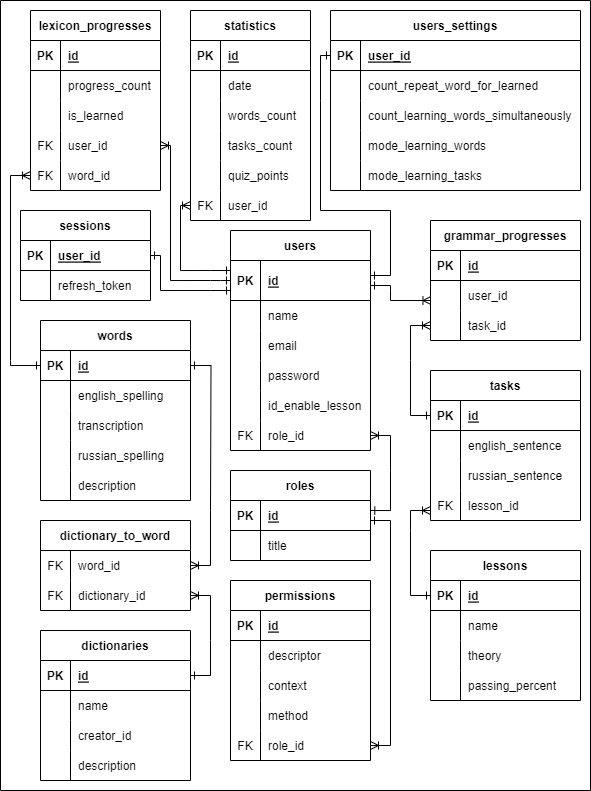
Earlier version of the draw.io export Docs/Диаграмма БД.png (Vasewa2k02/English-web-app-Yuzik-). Source tidied: cells renumbered, new cells last; positions are measured from the earlier drawing's top-left corner, leaving out a move shared by most shapes.
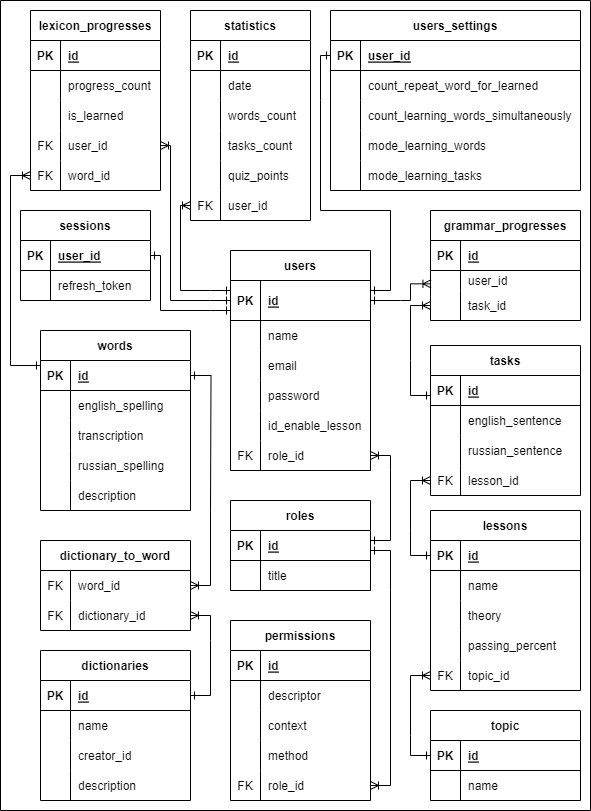
After the change.

Change to the diagram source:
```diff
@@ -3,10 +3,10 @@
     <mxCell id="0" />
     <mxCell id="1" parent="0" />
     <mxCell id="2" style="swimlane;startSize=0;" parent="1" vertex="1">
-      <mxGeometry x="40" width="590" height="790" as="geometry" />
+      <mxGeometry x="40" width="590" height="810" as="geometry" />
     </mxCell>
     <mxCell id="3" value="users" style="shape=table;startSize=30;rowLines=0;fontStyle=1;align=center;" parent="2" vertex="1">
-      <mxGeometry x="230" y="230" width="140" height="220" as="geometry" />
+      <mxGeometry x="230" y="250" width="140" height="220" as="geometry" />
     </mxCell>
     <mxCell id="4" style="shape=partialRectangle;fillColor=none;points=[[0,0.5],[1,0.5]];portConstraint=eastwest;top=0;left=0;right=0;bottom=1;" parent="3" vertex="1">
       <mxGeometry y="30" width="140" height="40" as="geometry" />
@@ -157,9 +157,9 @@
     </mxCell>
     <mxCell id="43" style="edgeStyle=elbowEdgeStyle;fontSize=12;html=1;endArrow=ERoneToMany;rounded=0;entryX=0.003;entryY=0.667;entryDx=0;entryDy=0;entryPerimeter=0;" parent="2" edge="1" target="130">
       <mxGeometry relative="1" as="geometry">
-        <mxPoint x="390" y="290" as="sourcePoint" />
+        <mxPoint x="400" y="300" as="sourcePoint" />
         <Array as="points">
-          <mxPoint x="390" y="250" />
+          <mxPoint x="410" y="293" />
           <mxPoint x="390" y="250" />
           <mxPoint x="390" y="260" />
           <mxPoint x="390" y="225" />
@@ -168,27 +168,29 @@
     </mxCell>
     <mxCell id="44" style="edgeStyle=orthogonalEdgeStyle;fontSize=12;html=1;endArrow=ERoneToMany;rounded=0;entryX=1;entryY=0.5;entryDx=0;entryDy=0;" parent="2" edge="1" target="83">
       <mxGeometry relative="1" as="geometry">
-        <mxPoint x="210" y="280" as="sourcePoint" />
+        <mxPoint x="210" y="300" as="sourcePoint" />
         <Array as="points">
-          <mxPoint x="170" y="280" />
+          <mxPoint x="210" y="300" />
+          <mxPoint x="170" y="300" />
           <mxPoint x="170" y="145" />
         </Array>
       </mxGeometry>
     </mxCell>
     <mxCell id="45" style="edgeStyle=orthogonalEdgeStyle;fontSize=12;html=1;endArrow=ERoneToMany;rounded=0;entryX=0;entryY=0.5;entryDx=0;entryDy=0;" parent="2" edge="1" target="187">
       <mxGeometry relative="1" as="geometry">
-        <mxPoint x="210" y="270" as="sourcePoint" />
+        <mxPoint x="210" y="290" as="sourcePoint" />
         <Array as="points">
-          <mxPoint x="180" y="270" />
+          <mxPoint x="210" y="290" />
+          <mxPoint x="180" y="290" />
           <mxPoint x="180" y="205" />
         </Array>
       </mxGeometry>
     </mxCell>
-    <mxCell id="46" style="edgeStyle=orthogonalEdgeStyle;fontSize=12;html=1;endArrow=ERone;endFill=1;rounded=0;entryX=0;entryY=0.5;entryDx=0;entryDy=0;" parent="2" edge="1" target="137">
+    <mxCell id="46" style="edgeStyle=orthogonalEdgeStyle;fontSize=12;html=1;endArrow=ERone;endFill=1;rounded=0;" parent="2" edge="1" target="137">
       <mxGeometry relative="1" as="geometry">
         <mxPoint x="410" y="360" as="sourcePoint" />
         <Array as="points">
-          <mxPoint x="410" y="415" />
+          <mxPoint x="410" y="395" />
         </Array>
       </mxGeometry>
     </mxCell>
@@ -201,11 +203,11 @@
         </Array>
       </mxGeometry>
     </mxCell>
-    <mxCell id="48" style="edgeStyle=orthogonalEdgeStyle;fontSize=12;html=1;endArrow=ERone;endFill=1;rounded=0;" parent="2" edge="1" target="113">
+    <mxCell id="48" style="edgeStyle=orthogonalEdgeStyle;fontSize=12;html=1;endArrow=ERone;endFill=1;rounded=0;entryX=1;entryY=0.5;entryDx=0;entryDy=0;" parent="2" edge="1" target="113">
       <mxGeometry relative="1" as="geometry">
         <mxPoint x="210" y="640" as="sourcePoint" />
         <Array as="points">
-          <mxPoint x="210" y="675" />
+          <mxPoint x="210" y="695" />
         </Array>
       </mxGeometry>
     </mxCell>
@@ -215,7 +217,7 @@
       </mxGeometry>
     </mxCell>
     <mxCell id="50" value="roles" style="shape=table;startSize=30;rowLines=0;fontStyle=1;align=center;" parent="2" vertex="1">
-      <mxGeometry x="230" y="470" width="140" height="90" as="geometry" />
+      <mxGeometry x="230" y="500" width="140" height="90" as="geometry" />
     </mxCell>
     <mxCell id="51" style="shape=partialRectangle;fillColor=none;points=[[0,0.5],[1,0.5]];portConstraint=eastwest;top=0;left=0;right=0;bottom=1;" parent="50" vertex="1">
       <mxGeometry y="30" width="140" height="30" as="geometry" />
@@ -236,7 +238,7 @@
       <mxGeometry x="30" width="110" height="30" as="geometry" />
     </mxCell>
     <mxCell id="57" value="permissions" style="shape=table;startSize=30;rowLines=0;fontStyle=1;align=center;" parent="2" vertex="1">
-      <mxGeometry x="230" y="580" width="140" height="180" as="geometry" />
+      <mxGeometry x="230" y="620" width="140" height="180" as="geometry" />
     </mxCell>
     <mxCell id="58" style="shape=partialRectangle;fillColor=none;top=0;left=0;right=0;bottom=1;" parent="57" vertex="1">
       <mxGeometry y="30" width="140" height="30" as="geometry" />
@@ -332,7 +334,7 @@
       <mxGeometry x="30" width="100" height="30" as="geometry" />
     </mxCell>
     <mxCell id="89" value="words" style="shape=table;startSize=30;rowLines=0;fontStyle=1;align=center;" parent="2" vertex="1">
-      <mxGeometry x="40" y="320" width="150" height="180" as="geometry" />
+      <mxGeometry x="40" y="330" width="150" height="180" as="geometry" />
     </mxCell>
     <mxCell id="90" style="shape=partialRectangle;fillColor=none;points=[[0,0.5],[1,0.5]];portConstraint=eastwest;top=0;left=0;right=0;bottom=1;" parent="89" vertex="1">
       <mxGeometry y="30" width="150" height="30" as="geometry" />
@@ -380,7 +382,7 @@
       <mxGeometry x="30" width="120" height="30" as="geometry" />
     </mxCell>
     <mxCell id="105" value="dictionary_to_word" style="shape=table;startSize=30;rowLines=0;fontStyle=1;align=center;" parent="2" vertex="1">
-      <mxGeometry x="40" y="520" width="150" height="90" as="geometry" />
+      <mxGeometry x="40" y="540" width="150" height="90" as="geometry" />
     </mxCell>
     <mxCell id="106" style="shape=partialRectangle;fillColor=none;points=[[0,0.5],[1,0.5]];portConstraint=eastwest;top=0;left=0;right=0;bottom=0;" parent="105" vertex="1">
       <mxGeometry y="30" width="150" height="30" as="geometry" />
@@ -401,7 +403,7 @@
       <mxGeometry x="30" width="120" height="30" as="geometry" />
     </mxCell>
     <mxCell id="112" value="dictionaries" style="shape=table;startSize=30;rowLines=0;fontStyle=1;align=center;" parent="2" vertex="1">
-      <mxGeometry x="40" y="630" width="150" height="150" as="geometry" />
+      <mxGeometry x="40" y="650" width="150" height="150" as="geometry" />
     </mxCell>
     <mxCell id="113" style="shape=partialRectangle;fillColor=none;points=[[0,0.5],[1,0.5]];portConstraint=eastwest;top=0;left=0;right=0;bottom=1;" parent="112" vertex="1">
       <mxGeometry y="30" width="150" height="30" as="geometry" />
@@ -449,7 +451,7 @@
       </mxGeometry>
     </mxCell>
     <mxCell id="126" value="grammar_progresses" style="shape=table;startSize=30;rowLines=0;fontStyle=1;align=center;" parent="2" vertex="1">
-      <mxGeometry x="430" y="220" width="150" height="120" as="geometry" />
+      <mxGeometry x="430" y="210" width="150" height="110" as="geometry" />
     </mxCell>
     <mxCell id="127" style="shape=partialRectangle;fillColor=none;top=0;left=0;right=0;bottom=1;" parent="126" vertex="1">
       <mxGeometry y="30" width="150" height="30" as="geometry" />
@@ -461,16 +463,16 @@
       <mxGeometry x="30" width="120" height="30" as="geometry" />
     </mxCell>
     <mxCell id="130" style="shape=partialRectangle;fillColor=none;points=[[0,0.5],[1,0.5]];portConstraint=eastwest;top=0;left=0;right=0;bottom=0;" parent="126" vertex="1">
-      <mxGeometry y="60" width="150" height="30" as="geometry" />
+      <mxGeometry y="60" width="150" height="20" as="geometry" />
     </mxCell>
     <mxCell id="131" style="shape=partialRectangle;overflow=hidden;fillColor=none;top=0;left=0;bottom=0;right=0;" parent="130" vertex="1">
-      <mxGeometry width="30" height="30" as="geometry" />
+      <mxGeometry width="30" height="20" as="geometry" />
     </mxCell>
     <mxCell id="132" value="user_id" style="shape=partialRectangle;overflow=hidden;fillColor=none;top=0;left=0;bottom=0;right=0;align=left;spacingLeft=6;" parent="130" vertex="1">
-      <mxGeometry x="30" width="120" height="30" as="geometry" />
+      <mxGeometry x="30" width="120" height="20" as="geometry" />
     </mxCell>
     <mxCell id="133" style="shape=partialRectangle;fillColor=none;points=[[0,0.5],[1,0.5]];portConstraint=eastwest;top=0;left=0;right=0;bottom=0;" parent="126" vertex="1">
-      <mxGeometry y="90" width="150" height="30" as="geometry" />
+      <mxGeometry y="80" width="150" height="30" as="geometry" />
     </mxCell>
     <mxCell id="134" style="shape=partialRectangle;overflow=hidden;fillColor=none;top=0;left=0;bottom=0;right=0;" parent="133" vertex="1">
       <mxGeometry width="30" height="30" as="geometry" />
@@ -479,7 +481,7 @@
       <mxGeometry x="30" width="120" height="30" as="geometry" />
     </mxCell>
     <mxCell id="136" value="tasks" style="shape=table;startSize=30;rowLines=0;fontStyle=1;align=center;" parent="2" vertex="1">
-      <mxGeometry x="430" y="370" width="150" height="150" as="geometry" />
+      <mxGeometry x="430" y="345" width="150" height="150" as="geometry" />
     </mxCell>
     <mxCell id="137" style="shape=partialRectangle;fillColor=none;points=[[0,0.5],[1,0.5]];portConstraint=eastwest;top=0;left=0;right=0;bottom=1;" parent="136" vertex="1">
       <mxGeometry y="30" width="150" height="30" as="geometry" />
@@ -518,7 +520,7 @@
       <mxGeometry x="30" width="120" height="30" as="geometry" />
     </mxCell>
     <mxCell id="149" value="lessons" style="shape=table;startSize=30;rowLines=0;fontStyle=1;align=center;" parent="2" vertex="1">
-      <mxGeometry x="430" y="550" width="150" height="150" as="geometry" />
+      <mxGeometry x="430" y="510" width="150" height="180" as="geometry" />
     </mxCell>
     <mxCell id="150" style="shape=partialRectangle;fillColor=none;points=[[0,0.5],[1,0.5]];portConstraint=eastwest;top=0;left=0;right=0;bottom=1;" parent="149" vertex="1">
       <mxGeometry y="30" width="150" height="30" as="geometry" />
@@ -556,11 +558,21 @@
     <mxCell id="161" value="passing_percent" style="shape=partialRectangle;overflow=hidden;fillColor=none;top=0;left=0;bottom=0;right=0;align=left;spacingLeft=6;" parent="159" vertex="1">
       <mxGeometry x="30" width="120" height="30" as="geometry" />
     </mxCell>
+    <mxCell id="199" style="shape=partialRectangle;fillColor=none;points=[[0,0.5],[1,0.5]];portConstraint=eastwest;top=0;left=0;right=0;bottom=0;" parent="149" vertex="1">
+      <mxGeometry y="150" width="150" height="30" as="geometry" />
+    </mxCell>
+    <mxCell id="200" style="shape=partialRectangle;overflow=hidden;fillColor=none;top=0;left=0;bottom=0;right=0;" parent="199" vertex="1">
+      <mxGeometry width="30" height="30" as="geometry" />
+    </mxCell>
+    <mxCell id="201" value="topic_id" style="shape=partialRectangle;overflow=hidden;fillColor=none;top=0;left=0;bottom=0;right=0;align=left;spacingLeft=6;" parent="199" vertex="1">
+      <mxGeometry x="30" width="120" height="30" as="geometry" />
+    </mxCell>
-    <mxCell id="162" style="edgeStyle=orthogonalEdgeStyle;fontSize=12;html=1;endArrow=ERone;endFill=1;rounded=0;" parent="2" edge="1" target="51">
+    <mxCell id="162" style="edgeStyle=orthogonalEdgeStyle;fontSize=12;html=1;endArrow=ERone;endFill=1;rounded=0;" parent="2" edge="1">
       <mxGeometry relative="1" as="geometry">
-        <mxPoint x="390" y="520" as="sourcePoint" />
+        <mxPoint x="390" y="590" as="sourcePoint" />
+        <mxPoint x="370" y="550" as="targetPoint" />
         <Array as="points">
-          <mxPoint x="390" y="520" />
+          <mxPoint x="390" y="550" />
         </Array>
       </mxGeometry>
     </mxCell>
@@ -587,7 +599,7 @@
     </mxCell>
     <mxCell id="170" style="edgeStyle=elbowEdgeStyle;fontSize=12;html=1;endArrow=ERoneToMany;rounded=0;" parent="2" edge="1" target="70">
       <mxGeometry relative="1" as="geometry">
-        <mxPoint x="390" y="520" as="sourcePoint" />
+        <mxPoint x="390" y="590" as="sourcePoint" />
         <Array as="points">
           <mxPoint x="390" y="680" />
           <mxPoint x="140" y="710" />
@@ -653,9 +665,10 @@
     </mxCell>
     <mxCell id="190" style="edgeStyle=orthogonalEdgeStyle;fontSize=12;html=1;endArrow=ERone;endFill=1;rounded=0;" parent="2" edge="1" target="4">
       <mxGeometry relative="1" as="geometry">
-        <mxPoint x="210" y="290" as="sourcePoint" />
+        <mxPoint x="210" y="310" as="sourcePoint" />
         <Array as="points">
-          <mxPoint x="210" y="290" />
+          <mxPoint x="230" y="310" />
+          <mxPoint x="230" y="310" />
         </Array>
       </mxGeometry>
     </mxCell>
@@ -667,13 +680,14 @@
         </Array>
       </mxGeometry>
     </mxCell>
-    <mxCell id="192" style="edgeStyle=orthogonalEdgeStyle;fontSize=12;html=1;endArrow=ERone;endFill=1;rounded=0;" parent="2" edge="1" target="4">
+    <mxCell id="192" style="edgeStyle=orthogonalEdgeStyle;fontSize=12;html=1;endArrow=ERone;endFill=1;rounded=0;" parent="2" edge="1">
       <mxGeometry relative="1" as="geometry">
         <mxPoint x="320" y="100" as="sourcePoint" />
+        <mxPoint x="370" y="290" as="targetPoint" />
         <Array as="points">
           <mxPoint x="320" y="210" />
           <mxPoint x="390" y="210" />
-          <mxPoint x="390" y="275" />
+          <mxPoint x="390" y="290" />
         </Array>
       </mxGeometry>
     </mxCell>
@@ -687,48 +701,87 @@
     </mxCell>
     <mxCell id="194" style="edgeStyle=orthogonalEdgeStyle;fontSize=12;html=1;endArrow=ERone;endFill=1;rounded=0;" parent="2" edge="1" target="164">
       <mxGeometry relative="1" as="geometry">
-        <mxPoint x="210" y="290" as="sourcePoint" />
+        <mxPoint x="210" y="310" as="sourcePoint" />
         <Array as="points">
-          <mxPoint x="160" y="290" />
+          <mxPoint x="210" y="310" />
+          <mxPoint x="160" y="310" />
           <mxPoint x="160" y="255" />
         </Array>
       </mxGeometry>
     </mxCell>
-    <mxCell id="195" style="edgeStyle=orthogonalEdgeStyle;fontSize=12;html=1;endArrow=ERone;endFill=1;rounded=0;entryX=1.002;entryY=0.365;entryDx=0;entryDy=0;entryPerimeter=0;" parent="2" edge="1" target="51">
+    <mxCell id="195" style="edgeStyle=orthogonalEdgeStyle;fontSize=12;html=1;endArrow=ERone;endFill=1;rounded=0;" parent="2" edge="1" target="51">
       <mxGeometry relative="1" as="geometry">
         <mxPoint x="390" y="470" as="sourcePoint" />
         <Array as="points">
-          <mxPoint x="390" y="510" />
-          <mxPoint x="370" y="510" />
+          <mxPoint x="390" y="540" />
         </Array>
       </mxGeometry>
     </mxCell>
     <mxCell id="196" style="edgeStyle=orthogonalEdgeStyle;fontSize=12;html=1;endArrow=ERone;endFill=1;rounded=0;" parent="2" edge="1" target="4">
       <mxGeometry relative="1" as="geometry">
-        <mxPoint x="390" y="290" as="sourcePoint" />
+        <mxPoint x="400" y="300" as="sourcePoint" />
         <Array as="points">
-          <mxPoint x="390" y="285" />
+          <mxPoint x="400" y="300" />
         </Array>
       </mxGeometry>
     </mxCell>
-    <mxCell id="197" style="edgeStyle=orthogonalEdgeStyle;fontSize=12;html=1;endArrow=ERone;endFill=1;rounded=0;" parent="2" edge="1">
+    <mxCell id="197" style="edgeStyle=orthogonalEdgeStyle;fontSize=12;html=1;endArrow=ERone;endFill=1;rounded=0;" parent="2" edge="1" target="4">
       <mxGeometry relative="1" as="geometry">
-        <mxPoint x="210" y="280" as="sourcePoint" />
-        <mxPoint x="230" y="280" as="targetPoint" />
+        <mxPoint x="210" y="300" as="sourcePoint" />
         <Array as="points">
-          <mxPoint x="220" y="280" />
-          <mxPoint x="220" y="280" />
+          <mxPoint x="230" y="300" />
+          <mxPoint x="230" y="300" />
         </Array>
       </mxGeometry>
     </mxCell>
-    <mxCell id="198" style="edgeStyle=orthogonalEdgeStyle;fontSize=12;html=1;endArrow=ERone;endFill=1;rounded=0;" parent="2" edge="1">
+    <mxCell id="198" style="edgeStyle=orthogonalEdgeStyle;fontSize=12;html=1;endArrow=ERone;endFill=1;rounded=0;" parent="2" edge="1" target="4">
       <mxGeometry relative="1" as="geometry">
-        <mxPoint x="210" y="270" as="sourcePoint" />
-        <mxPoint x="230" y="270" as="targetPoint" />
+        <mxPoint x="210" y="290" as="sourcePoint" />
         <Array as="points">
-          <mxPoint x="210" y="270" />
+          <mxPoint x="210" y="290" />
         </Array>
       </mxGeometry>
     </mxCell>
+    <mxCell id="202" value="topic" style="shape=table;startSize=30;rowLines=0;fontStyle=1;align=center;" parent="2" vertex="1">
+      <mxGeometry x="430" y="710" width="150" height="90" as="geometry" />
+    </mxCell>
+    <mxCell id="203" style="shape=partialRectangle;fillColor=none;points=[[0,0.5],[1,0.5]];portConstraint=eastwest;top=0;left=0;right=0;bottom=1;" parent="202" vertex="1">
+      <mxGeometry y="30" width="150" height="30" as="geometry" />
+    </mxCell>
+    <mxCell id="204" value="PK" style="shape=partialRectangle;overflow=hidden;fillColor=none;top=0;left=0;bottom=0;right=0;fontStyle=1;" parent="203" vertex="1">
+      <mxGeometry width="30" height="30" as="geometry" />
+    </mxCell>
+    <mxCell id="205" value="id" style="shape=partialRectangle;overflow=hidden;fillColor=none;top=0;left=0;bottom=0;right=0;align=left;spacingLeft=6;fontStyle=5;" parent="203" vertex="1">
+      <mxGeometry x="30" width="120" height="30" as="geometry" />
+    </mxCell>
+    <mxCell id="206" style="shape=partialRectangle;fillColor=none;top=0;left=0;right=0;bottom=0;" parent="202" vertex="1">
+      <mxGeometry y="60" width="150" height="30" as="geometry" />
+    </mxCell>
+    <mxCell id="207" style="shape=partialRectangle;overflow=hidden;fillColor=none;top=0;left=0;bottom=0;right=0;" parent="206" vertex="1">
+      <mxGeometry width="30" height="30" as="geometry" />
+    </mxCell>
+    <mxCell id="208" value="name" style="shape=partialRectangle;overflow=hidden;fillColor=none;top=0;left=0;bottom=0;right=0;align=left;spacingLeft=6;" parent="206" vertex="1">
+      <mxGeometry x="30" width="120" height="30" as="geometry" />
+    </mxCell>
+    <mxCell id="209" style="edgeStyle=elbowEdgeStyle;fontSize=12;html=1;endArrow=ERoneToMany;rounded=0;entryX=0;entryY=0.5;entryDx=0;entryDy=0;" parent="2" edge="1" target="199">
+      <mxGeometry relative="1" as="geometry">
+        <mxPoint x="410" y="735" as="sourcePoint" />
+        <Array as="points">
+          <mxPoint x="410" y="715" />
+          <mxPoint x="390" y="750" />
+        </Array>
+      </mxGeometry>
+    </mxCell>
+    <mxCell id="210" style="edgeStyle=orthogonalEdgeStyle;fontSize=12;html=1;endArrow=ERone;endFill=1;rounded=0;entryX=0;entryY=0.5;entryDx=0;entryDy=0;" parent="2" edge="1" target="203">
+      <mxGeometry relative="1" as="geometry">
+        <mxPoint x="410" y="735" as="sourcePoint" />
+        <Array as="points">
+          <mxPoint x="410" y="755" />
+        </Array>
+      </mxGeometry>
+    </mxCell>
+    <mxCell id="211" value="FK" style="shape=partialRectangle;overflow=hidden;fillColor=none;top=0;left=0;bottom=0;right=0;" parent="2" vertex="1">
+      <mxGeometry x="430" y="660" width="30" height="30" as="geometry" />
+    </mxCell>
   </root>
 </mxGraphModel>
```
